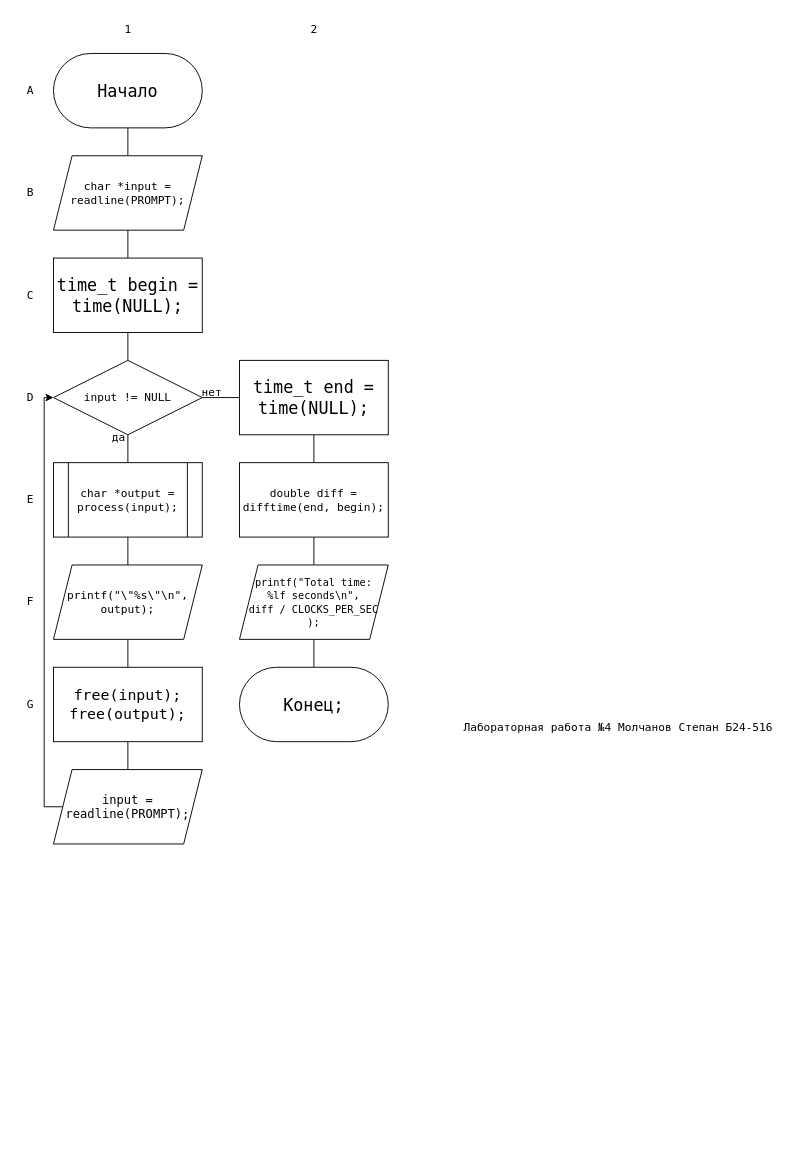
This is page "main" (1 of 9) of lab4/flowchart.drawio from molchanov71/MEPhIflowcharts, a draw.io file, before an edit. Source tidied: cells renumbered, new cells numbered last; positions are measured from the earlier drawing's top-left corner, leaving out a move shared by most shapes. Both pictures are drawn from the tidied source at 93%, with x=0, y=0 at pixel (16, 16).
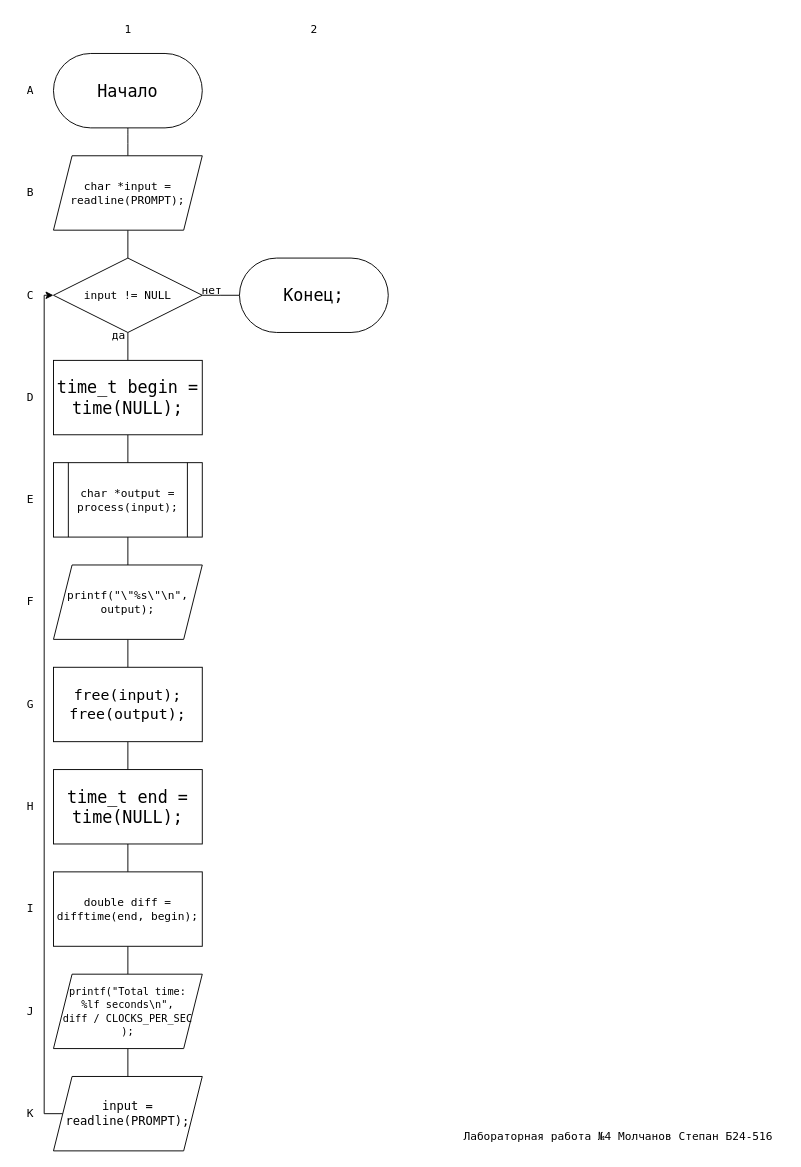
After the change.

Unchanged cells that the change refers to:
```xml
<mxCell id="8" value="&lt;font face=&quot;Lucida Console&quot;&gt;char *output = process(input);&lt;/font&gt;" style="shape=process;whiteSpace=wrap;html=1;backgroundOutline=1;" parent="1" vertex="1">
  <mxGeometry x="40" y="480" width="160" height="80" as="geometry" />
</mxCell>
<mxCell id="12" value="&lt;font style=&quot;font-size: 16px;&quot; face=&quot;Lucida Console&quot;&gt;free(input);&lt;br&gt;free(output);&lt;/font&gt;" style="rounded=0;whiteSpace=wrap;html=1;" parent="1" vertex="1">
  <mxGeometry x="40" y="700" width="160" height="80" as="geometry" />
</mxCell>
```

Change to the diagram source:
```diff
@@
-    <mxCell id="4" style="edgeStyle=orthogonalEdgeStyle;rounded=0;jettySize=auto;html=1;exitX=0.5;exitY=1;exitDx=0;exitDy=0;entryX=0.5;entryY=0;entryDx=0;entryDy=0;endArrow=none;endFill=0;" parent="1" edge="1" source="6" target="8">
-      <mxGeometry relative="1" as="geometry" />
-    </mxCell>
     <mxCell id="5" style="edgeStyle=orthogonalEdgeStyle;rounded=0;jettySize=auto;html=1;exitX=1;exitY=0.5;exitDx=0;exitDy=0;entryX=0;entryY=0.5;entryDx=0;entryDy=0;endArrow=none;endFill=0;" parent="1" edge="1" source="6">
       <mxGeometry relative="1" as="geometry">
-        <mxPoint x="240" y="410" as="targetPoint" />
+        <mxPoint x="240" y="300" as="targetPoint" />
       </mxGeometry>
     </mxCell>
+    <mxCell id="38" style="edgeStyle=orthogonalEdgeStyle;rounded=0;jettySize=auto;html=1;exitX=0.5;exitY=1;exitDx=0;exitDy=0;entryX=0.5;entryY=0;entryDx=0;entryDy=0;endArrow=none;endFill=0;" parent="1" edge="1" source="6" target="28">
+      <mxGeometry relative="1" as="geometry" />
+    </mxCell>
     <mxCell id="6" value="&lt;font face=&quot;Lucida Console&quot;&gt;input != NULL&lt;/font&gt;" style="rhombus;whiteSpace=wrap;html=1;" parent="1" vertex="1">
-      <mxGeometry x="40" y="370" width="160" height="80" as="geometry" />
+      <mxGeometry x="40" y="260" width="160" height="80" as="geometry" />
     </mxCell>
@@
-    <mxCell id="11" style="edgeStyle=orthogonalEdgeStyle;rounded=0;jettySize=auto;html=1;exitX=0.5;exitY=1;exitDx=0;exitDy=0;entryX=0.5;entryY=0;entryDx=0;entryDy=0;endArrow=none;endFill=0;" parent="1" edge="1" source="12" target="15">
-      <mxGeometry relative="1" as="geometry" />
-    </mxCell>
+    <mxCell id="39" style="edgeStyle=orthogonalEdgeStyle;rounded=0;jettySize=auto;html=1;exitX=0.5;exitY=1;exitDx=0;exitDy=0;entryX=0.5;entryY=0;entryDx=0;entryDy=0;endArrow=none;endFill=0;" parent="1" edge="1" source="12" target="30">
+      <mxGeometry relative="1" as="geometry" />
+    </mxCell>
@@
     <mxCell id="13" style="edgeStyle=orthogonalEdgeStyle;rounded=0;jettySize=auto;html=1;exitX=0.5;exitY=1;exitDx=0;exitDy=0;entryX=0.5;entryY=0;entryDx=0;entryDy=0;endArrow=none;endFill=0;" parent="1" edge="1" target="6">
       <mxGeometry relative="1" as="geometry">
-        <mxPoint x="120" y="340" as="sourcePoint" />
+        <mxPoint x="120" y="230" as="sourcePoint" />
       </mxGeometry>
     </mxCell>
     <mxCell id="14" style="edgeStyle=orthogonalEdgeStyle;rounded=0;jettySize=auto;html=1;exitX=0;exitY=0.5;exitDx=0;exitDy=0;entryX=0;entryY=0.5;entryDx=0;entryDy=0;" parent="1" edge="1" source="15" target="6">
       <mxGeometry relative="1" as="geometry">
         <Array as="points">
-          <mxPoint x="30" y="850" />
-          <mxPoint x="30" y="410" />
+          <mxPoint x="30" y="1180" />
+          <mxPoint x="30" y="300" />
         </Array>
       </mxGeometry>
     </mxCell>
     <mxCell id="15" value="&lt;font style=&quot;font-size: 13px;&quot; face=&quot;Lucida Console&quot;&gt;input = readline(PROMPT);&lt;/font&gt;" style="shape=parallelogram;perimeter=parallelogramPerimeter;whiteSpace=wrap;html=1;fixedSize=1;" parent="1" vertex="1">
-      <mxGeometry x="40" y="810" width="160" height="80" as="geometry" />
+      <mxGeometry x="40" y="1140" width="160" height="80" as="geometry" />
     </mxCell>
@@
     <mxCell id="25" value="&lt;font face=&quot;Lucida Console&quot;&gt;Лабораторная работа №4 Молчанов Степан Б24-516&lt;/font&gt;" style="text;html=1;align=center;verticalAlign=middle;strokeColor=none;fillColor=none;" parent="1" vertex="1">
-      <mxGeometry x="467" y="750" width="360" height="30" as="geometry" />
+      <mxGeometry x="467" y="1190" width="360" height="30" as="geometry" />
     </mxCell>
     <mxCell id="26" value="&lt;font face=&quot;Lucida Console&quot;&gt;да&lt;/font&gt;" style="text;html=1;align=center;verticalAlign=middle;strokeColor=none;fillColor=none;" parent="1" vertex="1">
-      <mxGeometry x="90" y="438" width="40" height="30" as="geometry" />
+      <mxGeometry x="90" y="328" width="40" height="30" as="geometry" />
     </mxCell>
     <mxCell id="27" value="&lt;font face=&quot;Lucida Console&quot;&gt;нет&lt;/font&gt;" style="text;html=1;align=center;verticalAlign=middle;strokeColor=none;fillColor=none;" parent="1" vertex="1">
-      <mxGeometry x="185" y="390" width="50" height="30" as="geometry" />
+      <mxGeometry x="185" y="280" width="50" height="30" as="geometry" />
     </mxCell>
+    <mxCell id="35" value="&lt;font style=&quot;font-size: 18px;&quot; face=&quot;Lucida Console&quot;&gt;Конец;&lt;/font&gt;" style="rounded=1;whiteSpace=wrap;html=1;arcSize=50;" parent="1" vertex="1">
+      <mxGeometry x="240" y="260" width="160" height="80" as="geometry" />
+    </mxCell>
+    <mxCell id="37" value="&lt;span style=&quot;font-family: &amp;quot;Lucida Console&amp;quot;;&quot;&gt;char *input = readline(PROMPT);&lt;/span&gt;" style="shape=parallelogram;perimeter=parallelogramPerimeter;whiteSpace=wrap;html=1;fixedSize=1;" parent="1" vertex="1">
+      <mxGeometry x="40" y="150" width="160" height="80" as="geometry" />
+    </mxCell>
+    <mxCell id="40" value="&lt;font face=&quot;Lucida Console&quot;&gt;H&lt;/font&gt;" style="text;html=1;align=center;verticalAlign=middle;strokeColor=none;fillColor=none;" parent="1" vertex="1">
+      <mxGeometry y="835" width="30" height="30" as="geometry" />
+    </mxCell>
+    <mxCell id="41" style="edgeStyle=orthogonalEdgeStyle;rounded=0;jettySize=auto;html=1;exitX=0.5;exitY=1;exitDx=0;exitDy=0;entryX=0.5;entryY=0;entryDx=0;entryDy=0;endArrow=none;endFill=0;" parent="1" edge="1" source="28" target="8">
+      <mxGeometry relative="1" as="geometry" />
+    </mxCell>
     <mxCell id="28" value="&lt;font style=&quot;font-size: 18px;&quot; face=&quot;Lucida Console&quot;&gt;time_t begin = time(NULL);&lt;/font&gt;" style="rounded=0;whiteSpace=wrap;html=1;" parent="1" vertex="1">
-      <mxGeometry x="40" y="260" width="160" height="80" as="geometry" />
+      <mxGeometry x="40" y="370" width="160" height="80" as="geometry" />
     </mxCell>
@@
     <mxCell id="30" value="&lt;font style=&quot;font-size: 18px;&quot; face=&quot;Lucida Console&quot;&gt;time_t end = time(NULL);&lt;/font&gt;" style="rounded=0;whiteSpace=wrap;html=1;" parent="1" vertex="1">
-      <mxGeometry x="240" y="370" width="160" height="80" as="geometry" />
+      <mxGeometry x="40" y="810" width="160" height="80" as="geometry" />
     </mxCell>
@@
     <mxCell id="32" value="&lt;font face=&quot;Lucida Console&quot;&gt;double diff = difftime(end, begin);&lt;/font&gt;" style="rounded=0;whiteSpace=wrap;html=1;" parent="1" vertex="1">
-      <mxGeometry x="240" y="480" width="160" height="80" as="geometry" />
+      <mxGeometry x="40" y="920" width="160" height="80" as="geometry" />
     </mxCell>
-    <mxCell id="33" style="edgeStyle=orthogonalEdgeStyle;rounded=0;jettySize=auto;html=1;exitX=0.5;exitY=1;exitDx=0;exitDy=0;entryX=0.5;entryY=0;entryDx=0;entryDy=0;endArrow=none;endFill=0;" parent="1" edge="1" source="34" target="35">
-      <mxGeometry relative="1" as="geometry" />
-    </mxCell>
+    <mxCell id="42" style="edgeStyle=orthogonalEdgeStyle;rounded=0;jettySize=auto;html=1;exitX=0.5;exitY=1;exitDx=0;exitDy=0;entryX=0.5;entryY=0;entryDx=0;entryDy=0;endArrow=none;endFill=0;" parent="1" edge="1" source="34" target="15">
+      <mxGeometry relative="1" as="geometry" />
+    </mxCell>
     <mxCell id="34" value="&lt;font style=&quot;font-size: 11px;&quot; face=&quot;Lucida Console&quot;&gt;printf(&quot;Total time: &lt;br&gt;%lf seconds\n&quot;, &lt;br&gt;diff / CLOCKS_PER_SEC&lt;br&gt;);&lt;/font&gt;" style="shape=parallelogram;perimeter=parallelogramPerimeter;whiteSpace=wrap;html=1;fixedSize=1;" parent="1" vertex="1">
-      <mxGeometry x="240" y="590" width="160" height="80" as="geometry" />
+      <mxGeometry x="40" y="1030" width="160" height="80" as="geometry" />
     </mxCell>
-    <mxCell id="35" value="&lt;font style=&quot;font-size: 18px;&quot; face=&quot;Lucida Console&quot;&gt;Конец;&lt;/font&gt;" style="rounded=1;whiteSpace=wrap;html=1;arcSize=50;" parent="1" vertex="1">
-      <mxGeometry x="240" y="700" width="160" height="80" as="geometry" />
-    </mxCell>
-    <mxCell id="36" style="edgeStyle=none;curved=1;rounded=0;jettySize=auto;html=1;exitX=0.5;exitY=1;exitDx=0;exitDy=0;entryX=0.5;entryY=0;entryDx=0;entryDy=0;fontSize=12;startSize=8;endSize=8;endArrow=none;endFill=0;" parent="1" edge="1" source="37" target="28">
-      <mxGeometry relative="1" as="geometry" />
-    </mxCell>
-    <mxCell id="37" value="&lt;span style=&quot;font-family: &amp;quot;Lucida Console&amp;quot;;&quot;&gt;char *input = readline(PROMPT);&lt;/span&gt;" style="shape=parallelogram;perimeter=parallelogramPerimeter;whiteSpace=wrap;html=1;fixedSize=1;" parent="1" vertex="1">
-      <mxGeometry x="40" y="150" width="160" height="80" as="geometry" />
-    </mxCell>
+    <mxCell id="43" value="&lt;font face=&quot;Lucida Console&quot;&gt;I&lt;/font&gt;" style="text;html=1;align=center;verticalAlign=middle;strokeColor=none;fillColor=none;" parent="1" vertex="1">
+      <mxGeometry y="945" width="30" height="30" as="geometry" />
+    </mxCell>
+    <mxCell id="44" value="&lt;font face=&quot;Lucida Console&quot;&gt;J&lt;/font&gt;" style="text;html=1;align=center;verticalAlign=middle;strokeColor=none;fillColor=none;" parent="1" vertex="1">
+      <mxGeometry y="1055" width="30" height="30" as="geometry" />
+    </mxCell>
+    <mxCell id="45" value="&lt;font face=&quot;Lucida Console&quot;&gt;K&lt;/font&gt;" style="text;html=1;align=center;verticalAlign=middle;strokeColor=none;fillColor=none;" parent="1" vertex="1">
+      <mxGeometry y="1165" width="30" height="30" as="geometry" />
+    </mxCell>
```
